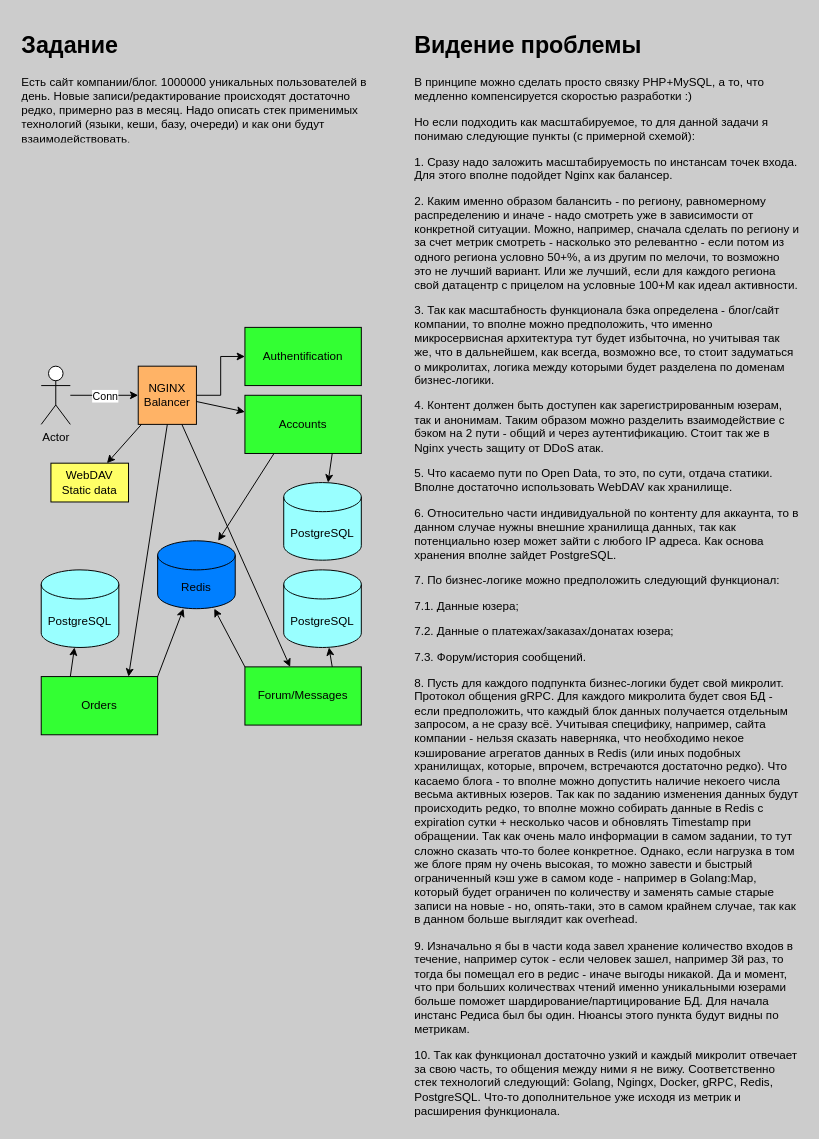
Above: Untitled Diagram.drawio in trashgen/tech_interview (draw.io), before the change. Source tidied: cells renumbered, new cells numbered last; positions are measured from the earlier drawing's top-left corner, leaving out a move shared by most shapes. Both pictures are drawn from the tidied source at 97%, with x=0, y=0 at pixel (16, 26).
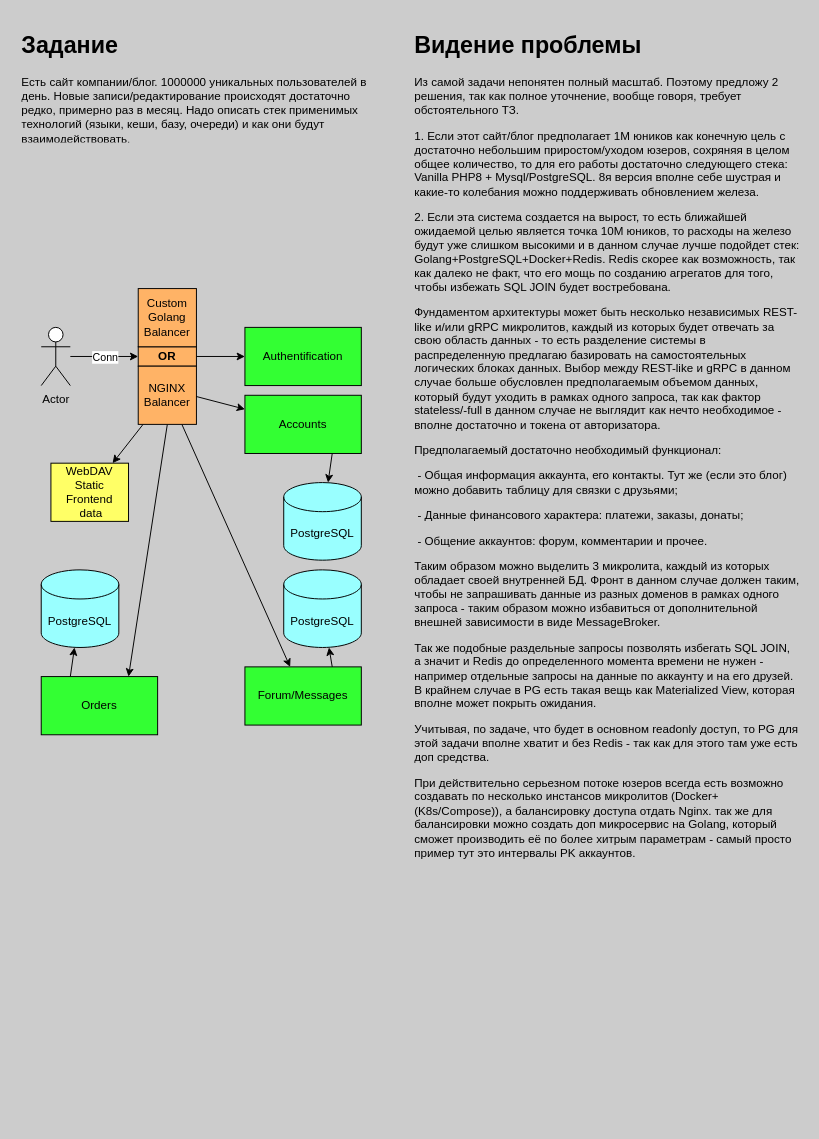
The same diagram, later.

Unchanged cells that the change refers to:
```xml
<mxCell id="13" value="Accounts" style="rounded=0;whiteSpace=wrap;html=1;fillColor=#33FF33;" parent="1" vertex="1">
  <mxGeometry x="235" y="380" width="120" height="60" as="geometry" />
</mxCell>
<mxCell id="14" value="Orders" style="rounded=0;whiteSpace=wrap;html=1;fillColor=#33FF33;" parent="1" vertex="1">
  <mxGeometry x="25" y="670" width="120" height="60" as="geometry" />
</mxCell>
<mxCell id="15" value="Forum/Messages" style="rounded=0;whiteSpace=wrap;html=1;fillColor=#33FF33;" parent="1" vertex="1">
  <mxGeometry x="235" y="660" width="120" height="60" as="geometry" />
</mxCell>
<mxCell id="27" value="Authentification" style="rounded=0;whiteSpace=wrap;html=1;fillColor=#33FF33;" parent="1" vertex="1">
  <mxGeometry x="235" y="310" width="120" height="60" as="geometry" />
</mxCell>
```

Change to the diagram source:
```diff
@@
     <mxCell id="3" value="Actor" style="shape=umlActor;verticalLabelPosition=bottom;verticalAlign=top;html=1;outlineConnect=0;" parent="1" vertex="1">
-      <mxGeometry x="25" y="350" width="30" height="60" as="geometry" />
+      <mxGeometry x="25" y="310" width="30" height="60" as="geometry" />
     </mxCell>
-    <mxCell id="4" value="&lt;h1&gt;Видение проблемы&lt;/h1&gt;&lt;p&gt;В принципе можно сделать просто связку PHP+MySQL, а то, что медленно компенсируется скоростью разработки :)&lt;/p&gt;&lt;p&gt;Но если подходить как масштабируемое, то для данной задачи я понимаю следующие пункты (с примерной схемой):&lt;/p&gt;&lt;p&gt;1. Сразу надо заложить масштабируемость по инстансам точек входа. Для этого вполне подойдет Nginx как балансер.&lt;/p&gt;&lt;p&gt;2. Каким именно образом балансить - по региону, равномерному распределению и иначе - надо смотреть уже в зависимости от конкретной ситуации. Можно, например, сначала сделать по региону и за счет метрик смотреть - насколько это релевантно - если потом из одного региона условно 50+%, а из другим по мелочи, то возможно это не лучший вариант. Или же лучший, если для каждого региона свой датацентр с прицелом на условные 100+М как идеал активности.&lt;/p&gt;&lt;p&gt;3. Так как масштабность функционала бэка определена - блог/сайт компании, то вполне можно предположить, что именно микросервисная архитектура тут будет избыточна, но учитывая так же, что в дальнейшем, как всегда, возможно все, то стоит задуматься о микролитах, логика между которыми будет разделена по доменам бизнес-логики.&lt;/p&gt;&lt;p&gt;4. Контент должен быть доступен как зарегистрированным юзерам, так и анонимам. Таким образом можно разделить взаимодействие с бэком на 2 пути - общий и через аутентификацию. Стоит так же в Nginx учесть защиту от DDoS атак.&lt;/p&gt;&lt;p&gt;5. Что касаемо пути по Open Data, то это, по сути, отдача статики. Вполне достаточно использовать WebDAV как хранилище.&lt;/p&gt;&lt;p&gt;6. Относительно части индивидуальной по контенту для аккаунта, то в данном случае нужны внешние хранилища данных, так как потенциально юзер может зайти с любого IP адреса. Как основа хранения вполне зайдет PostgreSQL.&amp;nbsp;&lt;/p&gt;&lt;p&gt;7. По бизнес-логике можно предположить следующий функционал:&lt;/p&gt;&lt;p&gt;7.1. Данные юзера;&lt;/p&gt;&lt;p&gt;7.2. Данные о платежах/заказах/донатах юзера;&lt;/p&gt;&lt;p&gt;7.3. Форум/история сообщений.&lt;/p&gt;&lt;p&gt;8. Пусть для каждого подпункта бизнес-логики будет свой микролит. Протокол общения gRPC. Для каждого микролита будет своя БД - если предположить, что каждый блок данных получается отдельным запросом, а не сразу всё. Учитывая специфику, например, сайта компании - нельзя сказать наверняка, что необходимо некое кэширование агрегатов данных в Redis (или иных подобных хранилищах, которые, впрочем, встречаются достаточно редко). Что касаемо блога - то вполне можно допустить наличие некоего числа весьма активных юзеров. Так как по заданию изменения данных будут происходить редко, то вполне можно собирать данные в Redis с expiration сутки + несколько часов и обновлять Timestamp при обращении. Так как очень мало информации в самом задании, то тут сложно сказать что-то более конкретное. Однако, если нагрузка в том же блоге прям ну очень высокая, то можно завести и быстрый ограниченный кэш уже в самом коде - например в Golang:Map, который будет ограничен по количеству и заменять самые старые записи на новые - но, опять-таки, это в самом крайнем случае, так как в данном больше выглядит как overhead.&amp;nbsp;&lt;/p&gt;&lt;p&gt;9. Изначально я бы в части кода завел хранение количество входов в течение, например суток - если человек зашел, например 3й раз, то тогда бы помещал его в редис - иначе выгоды никакой. Да и момент, что при больших количествах чтений именно уникальными юзерами больше поможет шардирование/партицирование БД. Для начала инстанс Редиса был бы один. Нюансы этого пункта будут видны по метрикам.&lt;/p&gt;&lt;p&gt;10. Так как функционал достаточно узкий и каждый микролит отвечает за свою часть, то общения между ними я не вижу. Соответственно стек технологий следующий: Golang, Ngingx, Docker, gRPC, Redis, PostgreSQL. Что-то дополнительное уже исходя из метрик и расширения функционала.&lt;/p&gt;" style="text;html=1;strokeColor=none;fillColor=none;spacing=5;spacingTop=-20;whiteSpace=wrap;overflow=hidden;rounded=0;" parent="1" vertex="1">
+    <mxCell id="4" value="&lt;h1&gt;Видение проблемы&lt;/h1&gt;&lt;p&gt;Из самой задачи непонятен полный масштаб. Поэтому предложу 2 решения, так как полное уточнение, вообще говоря, требует обстоятельного ТЗ.&lt;/p&gt;&lt;p&gt;1. Если этот сайт/блог предполагает 1М юников как конечную цель с достаточно небольшим приростом/уходом юзеров, сохряняя в целом общее количество, то для его работы достаточно следующего стека: Vanilla PHP8 + Mysql/PostgreSQL. 8я версия вполне себе шустрая и какие-то колебания можно поддерживать обновлением железа.&lt;/p&gt;&lt;p&gt;2. Если эта система создается на вырост, то есть ближайшей ожидаемой целью является точка 10М юников, то расходы на железо будут уже слишком высокими и в данном случае лучше подойдет стек: Golang+PostgreSQL+Docker+Redis. Redis скорее как возможность, так как далеко не факт, что его мощь по созданию агрегатов для того, чтобы избежать SQL JOIN будет востребована.&lt;/p&gt;&lt;p&gt;Фундаментом архитектуры может быть несколько независимых REST-like и/или gRPC микролитов, каждый из которых будет отвечать за свою область данных - то есть разделение системы в распределенную предлагаю базировать на самостоятельных логических блоках данных. Выбор между REST-like и gRPC в данном случае больше обусловлен предполагаемым объемом данных, который будут уходить в рамках одного запроса, так как фактор stateless/-full в данном случае не выглядит как нечто необходимое - вполне достаточно и токена от авторизатора.&lt;/p&gt;&lt;p&gt;Предполагаемый достаточно необходимый функционал:&lt;/p&gt;&lt;p&gt;&amp;nbsp;- Общая информация аккаунта, его контакты. Тут же (если это блог) можно добавить таблицу для связки с друзьями;&lt;/p&gt;&lt;p&gt;&amp;nbsp;- Данные финансового характера: платежи, заказы, донаты;&lt;/p&gt;&lt;p&gt;&amp;nbsp;- Общение аккаунтов: форум, комментарии и прочее.&lt;/p&gt;&lt;p&gt;Таким образом можно выделить 3 микролита, каждый из которых обладает своей внутренней БД. Фронт в данном случае должен таким, чтобы не запрашивать данные из разных доменов в рамках одного запроса - таким образом можно избавиться от дополнительной внешней зависимости в виде MessageBroker.&amp;nbsp;&lt;/p&gt;&lt;p&gt;Так же подобные раздельные запросы позволять избегать SQL JOIN, а значит и Redis до определенного момента времени не нужен - например отдельные запросы на данные по аккаунту и на его друзей. В крайнем случае в PG есть такая вещь как Materialized View, которая вполне может покрыть ожидания.&lt;/p&gt;&lt;p&gt;Учитывая, по задаче, что будет в основном readonly доступ, то PG для этой задачи вполне хватит и без Redis - так как для этого там уже есть доп средства.&lt;/p&gt;&lt;p&gt;При действительно серьезном потоке юзеров всегда есть возможно создавать по несколько инстансов микролитов (Docker+(K8s/Compose)), а балансировку доступа отдать Nginx. так же для балансировки можно создать доп микросервис на Golang, который сможет производить её по более хитрым параметрам - самый просто пример тут это интервалы PK аккаунтов.&lt;/p&gt;" style="text;html=1;strokeColor=none;fillColor=none;spacing=5;spacingTop=-20;whiteSpace=wrap;overflow=hidden;rounded=0;" parent="1" vertex="1">
       <mxGeometry x="405" width="405" height="1130" as="geometry" />
     </mxCell>
-    <mxCell id="5" style="edgeStyle=orthogonalEdgeStyle;rounded=0;jettySize=auto;html=1;" parent="1" edge="1" source="6" target="27">
-      <mxGeometry relative="1" as="geometry" />
-    </mxCell>
-    <mxCell id="6" value="NGINX&lt;br&gt;Balancer" style="rounded=0;whiteSpace=wrap;html=1;fillColor=#FFB366;" parent="1" vertex="1">
-      <mxGeometry x="125" y="350" width="60" height="60" as="geometry" />
-    </mxCell>
-    <mxCell id="7" style="endArrow=classic;html=1;rounded=0;" parent="1" edge="1" source="3" target="6">
+    <mxCell id="7" style="endArrow=classic;html=1;rounded=0;entryX=0;entryY=0.5;entryDx=0;entryDy=0;" parent="1" edge="1" source="3" target="29">
       <mxGeometry relative="1" as="geometry" />
     </mxCell>
@@
-    <mxCell id="9" style="endArrow=classic;html=1;rounded=0;" parent="1" edge="1" source="6" target="10">
-      <mxGeometry relative="1" as="geometry" />
+    <mxCell id="9" style="endArrow=classic;html=1;rounded=0;" parent="1" edge="1" target="10">
+      <mxGeometry relative="1" as="geometry">
+        <mxPoint x="130" y="410" as="sourcePoint" />
+      </mxGeometry>
     </mxCell>
-    <mxCell id="10" value="WebDAV&lt;br&gt;Static data" style="rounded=0;whiteSpace=wrap;html=1;fillColor=#FFFF66;" parent="1" vertex="1">
-      <mxGeometry x="35" y="450" width="80" height="40" as="geometry" />
+    <mxCell id="10" value="WebDAV&lt;br&gt;Static Frontend&lt;br&gt;&amp;nbsp;data" style="rounded=0;whiteSpace=wrap;html=1;fillColor=#FFFF66;" parent="1" vertex="1">
+      <mxGeometry x="35" y="450" width="80" height="60" as="geometry" />
     </mxCell>
@@
-    <mxCell id="12" value="Redis" style="shape=cylinder3;whiteSpace=wrap;html=1;boundedLbl=1;backgroundOutline=1;size=15;fillColor=#007FFF;" parent="1" vertex="1">
-      <mxGeometry x="145" y="530" width="80" height="70" as="geometry" />
-    </mxCell>
@@
-    <mxCell id="18" style="endArrow=classic;html=1;rounded=0;" parent="1" edge="1" source="6" target="13">
-      <mxGeometry relative="1" as="geometry" />
+    <mxCell id="18" style="endArrow=classic;html=1;rounded=0;" parent="1" edge="1" target="13">
+      <mxGeometry relative="1" as="geometry">
+        <mxPoint x="180" y="380" as="sourcePoint" />
+      </mxGeometry>
     </mxCell>
@@
-    <mxCell id="20" style="endArrow=classic;html=1;rounded=0;exitX=0.25;exitY=1;exitDx=0;exitDy=0;" parent="1" edge="1" source="13" target="12">
-      <mxGeometry relative="1" as="geometry" />
-    </mxCell>
@@
-    <mxCell id="23" style="endArrow=classic;html=1;rounded=0;exitX=0;exitY=0;exitDx=0;exitDy=0;" parent="1" edge="1" source="15" target="12">
-      <mxGeometry relative="1" as="geometry" />
-    </mxCell>
-    <mxCell id="24" style="endArrow=classic;html=1;rounded=0;exitX=1;exitY=0;exitDx=0;exitDy=0;" parent="1" edge="1" source="14" target="12">
-      <mxGeometry relative="1" as="geometry" />
-    </mxCell>
@@
+    <mxCell id="28" style="edgeStyle=orthogonalEdgeStyle;rounded=0;jettySize=auto;html=1;exitX=1;exitY=0.5;exitDx=0;exitDy=0;entryX=0;entryY=0.5;entryDx=0;entryDy=0;" parent="1" edge="1" source="29" target="27">
+      <mxGeometry relative="1" as="geometry" />
+    </mxCell>
+    <mxCell id="29" value="&lt;b&gt;OR&lt;/b&gt;" style="rounded=0;whiteSpace=wrap;html=1;fillColor=#FFB366;" parent="1" vertex="1">
+      <mxGeometry x="125" y="330" width="60" height="20" as="geometry" />
+    </mxCell>
+    <mxCell id="30" style="group;" parent="1" vertex="1">
+      <mxGeometry x="125" y="270" width="60" height="140" as="geometry" />
+    </mxCell>
+    <mxCell id="6" value="NGINX&lt;br&gt;Balancer" style="rounded=0;whiteSpace=wrap;html=1;fillColor=#FFB366;" parent="30" vertex="1">
+      <mxGeometry y="80" width="60" height="60" as="geometry" />
+    </mxCell>
+    <mxCell id="31" value="Custom&lt;br&gt;Golang&lt;br&gt;Balancer" style="rounded=0;whiteSpace=wrap;html=1;fillColor=#FFB366;" parent="30" vertex="1">
+      <mxGeometry width="60" height="60" as="geometry" />
+    </mxCell>
```
